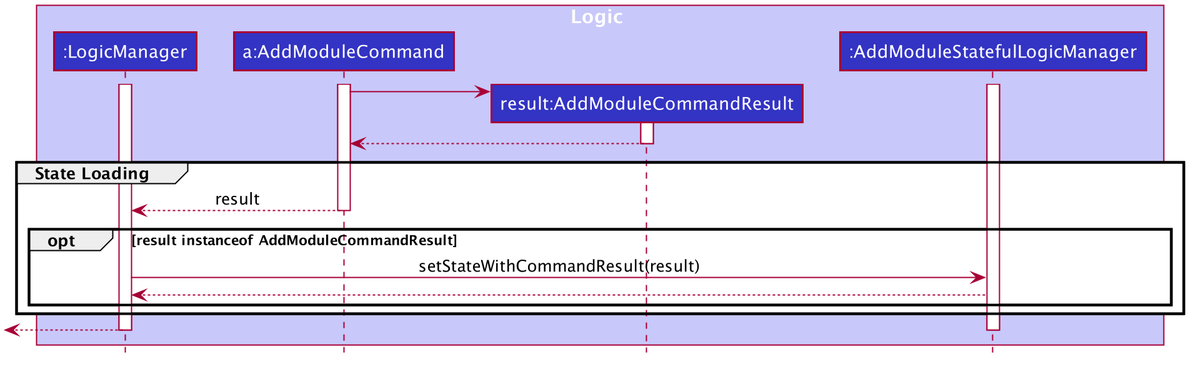
The PlantUML diagram docs/images/StateLoadingSequenceDiagram.png in zhuhanming/main, before a commit. The source it was exported from:
```plantuml
@startuml








skinparam BackgroundColor #FFFFFFF

skinparam Shadowing false

skinparam Class {
    FontColor #FFFFFF
    BorderThickness 1
    BorderColor #FFFFFF
    StereotypeFontColor #FFFFFF
    FontName Arial
}

skinparam Actor {
    BorderColor #000000
    Color #000000
    FontName Arial
}

skinparam Sequence {
    MessageAlign center
    BoxFontSize 15
    BoxPadding 0
    BoxFontColor #FFFFFF
    FontName Arial
}

skinparam Participant {
    FontColor #FFFFFFF
    Padding 20
}

skinparam MinClassWidth 50
skinparam ParticipantPadding 10
skinparam Shadowing false
skinparam DefaultTextAlignment center
skinparam packageStyle Rectangle

hide footbox
hide members
hide circle

box Logic #C8C8FA
participant ":LogicManager" as LogicManager #3333C4
participant "a:AddModuleCommand" as AddModuleCommand #3333C4
participant "result:AddModuleCommandResult" as AddModuleCommandResult #3333C4
participant ":AddModuleStatefulLogicManager" as AddModuleStatefulLogicManager #3333C4
end box

activate AddModuleCommand
activate LogicManager
activate AddModuleStatefulLogicManager

create AddModuleCommandResult
AddModuleCommand -> AddModuleCommandResult
activate AddModuleCommandResult

AddModuleCommandResult --> AddModuleCommand
deactivate AddModuleCommandResult

group State Loading
AddModuleCommand --> LogicManager : result
deactivate AddModuleCommand

opt result instanceof AddModuleCommandResult
LogicManager -> AddModuleStatefulLogicManager: setStateWithCommandResult(result)
AddModuleStatefulLogicManager --> LogicManager

end
end

[<--LogicManager
deactivate AddModuleStatefulLogicManager
deactivate LogicManager
@enduml
```
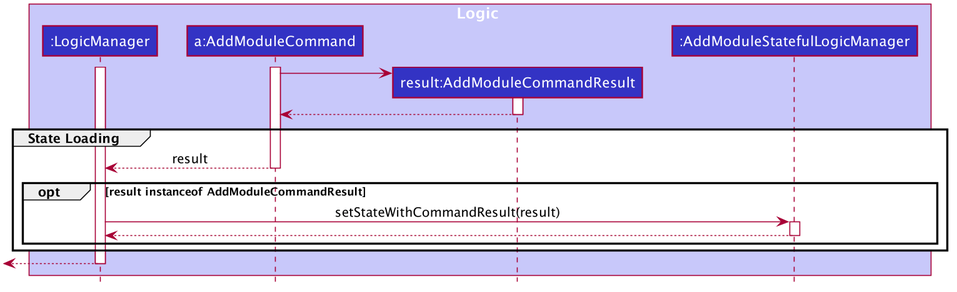
After the change.

What changed in the source:
```diff
@@ -57,7 +57,6 @@
 
 activate AddModuleCommand
 activate LogicManager
-activate AddModuleStatefulLogicManager
 
 create AddModuleCommandResult
 AddModuleCommand -> AddModuleCommandResult
@@ -72,7 +71,9 @@
 
 opt result instanceof AddModuleCommandResult
 LogicManager -> AddModuleStatefulLogicManager: setStateWithCommandResult(result)
+activate AddModuleStatefulLogicManager
 AddModuleStatefulLogicManager --> LogicManager
+deactivate AddModuleStatefulLogicManager
 
 end
 end
```
